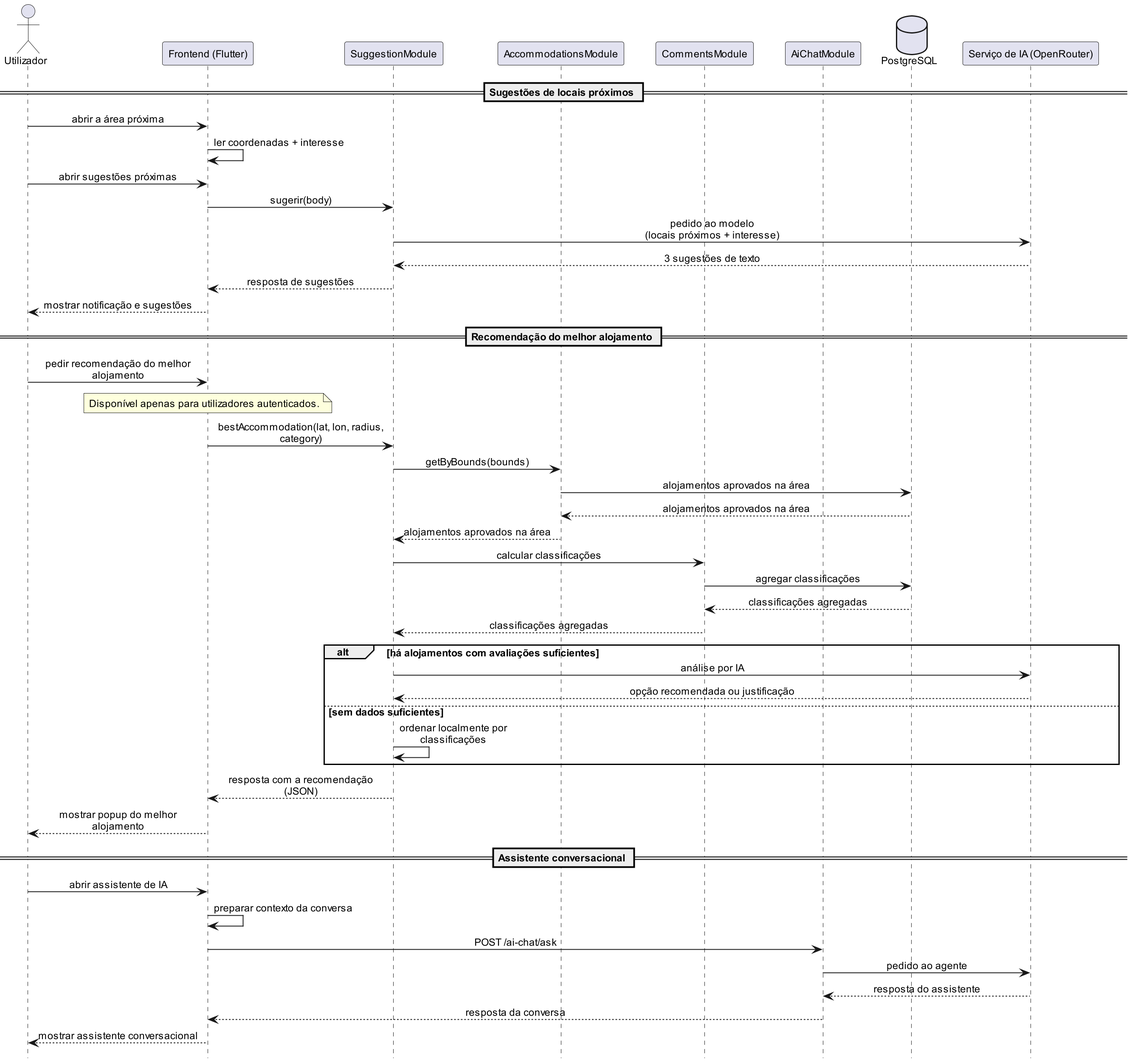
alegna83/cookbook-be keeps this PlantUML diagram as docs/diagrams/png/communication-suggestions-flow.png. Above is the earlier version.
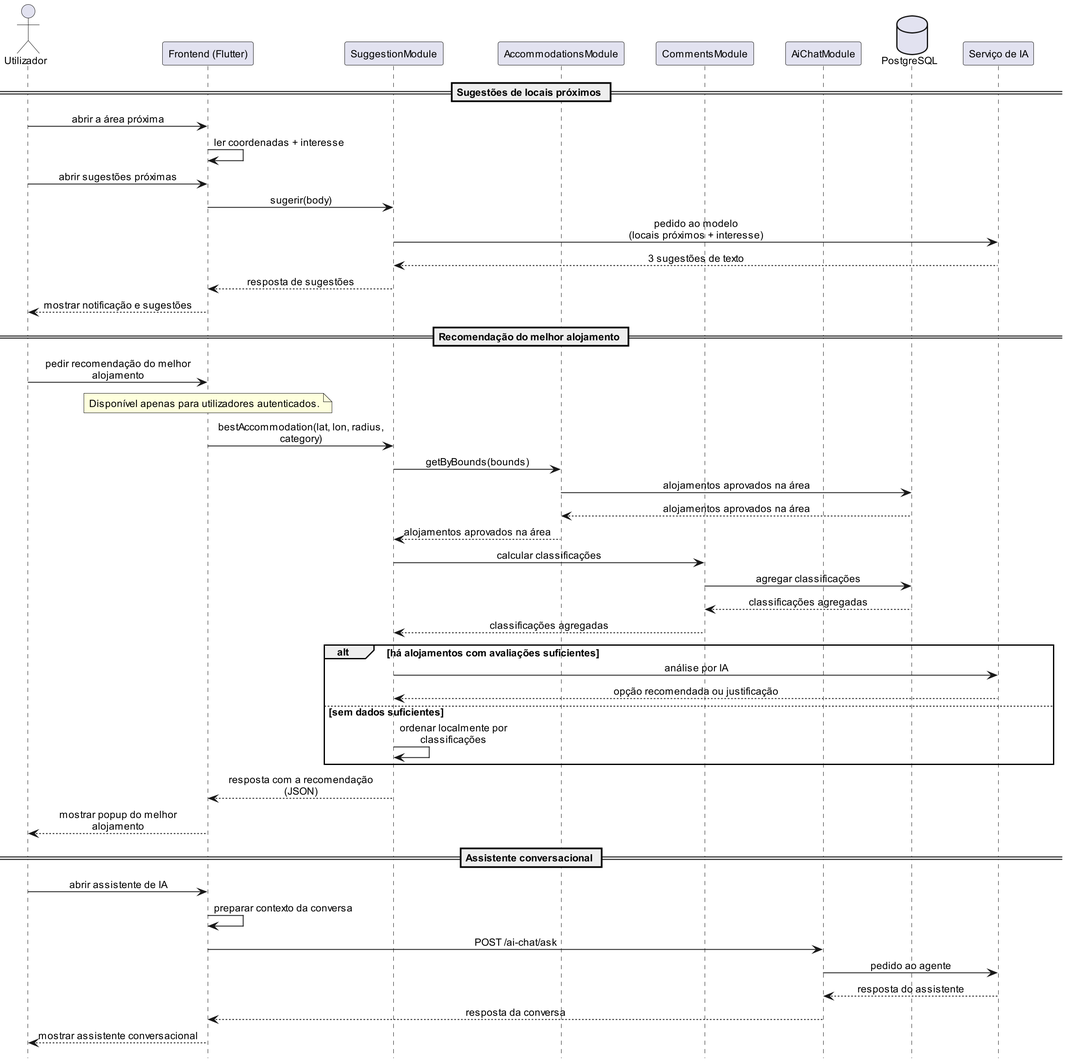
The same diagram one commit later.

Diff of the diagram source:
```diff
@@ -18,7 +18,7 @@
 participant "CommentsModule" as CommentsModule
 participant "AiChatModule" as AiChatModule
 database "PostgreSQL" as DB
-participant "Serviço de IA (OpenRouter)" as AI
+participant "Serviço de IA" as AI
 
 == Sugestões de locais próximos ==
 
```
